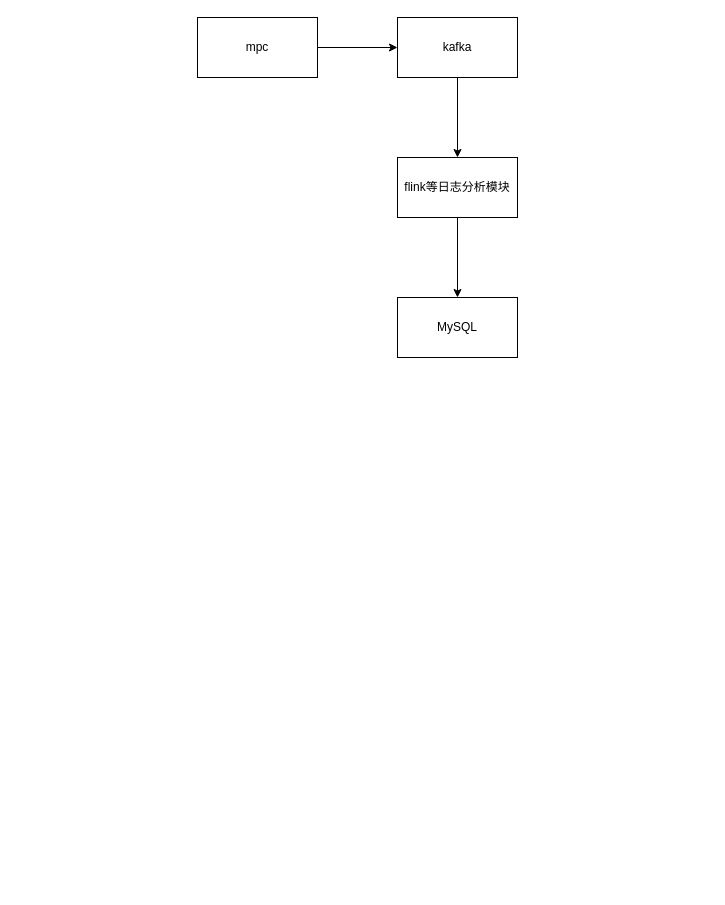
Before: 日志分析dess.drawio in utscgeorge/processitemtest, a draw.io diagram. Source tidied: cells renumbered, new cells numbered last; positions are measured from the earlier drawing's top-left corner, leaving out a move shared by most shapes. Both pictures are drawn from the tidied source at 100%, with x=0, y=0 at pixel (197, 17).
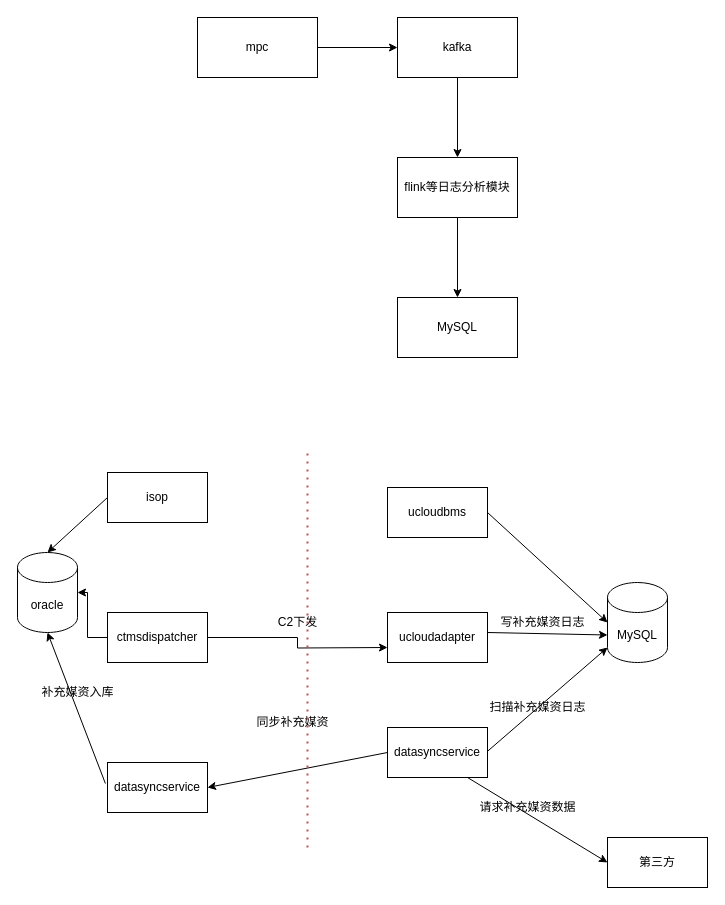
The same page after the edit.

Diff of the diagram source:
```diff
@@
+    <mxCell id="9" value="isop" style="whiteSpace=wrap;html=1;" parent="1" vertex="1">
+      <mxGeometry x="-90" y="455" width="100" height="50" as="geometry" />
+    </mxCell>
+    <mxCell id="10" value="ucloudadapter" style="whiteSpace=wrap;html=1;" parent="1" vertex="1">
+      <mxGeometry x="190" y="595" width="100" height="50" as="geometry" />
+    </mxCell>
+    <mxCell id="11" value="C2下发" style="text;html=1;align=center;verticalAlign=middle;strokeColor=none;" parent="1" vertex="1">
+      <mxGeometry x="75" y="595" width="50" height="20" as="geometry" />
+    </mxCell>
+    <mxCell id="12" value="ucloudbms" style="whiteSpace=wrap;html=1;" parent="1" vertex="1">
+      <mxGeometry x="190" y="470" width="100" height="50" as="geometry" />
+    </mxCell>
+    <mxCell id="13" value="oracle" style="shape=cylinder3;whiteSpace=wrap;html=1;boundedLbl=1;backgroundOutline=1;size=15;" parent="1" vertex="1">
+      <mxGeometry x="-180" y="535" width="60" height="80" as="geometry" />
+    </mxCell>
+    <mxCell id="14" style="edgeStyle=orthogonalEdgeStyle;rounded=0;jettySize=auto;html=1;" parent="1" edge="1" source="16" target="13">
+      <mxGeometry relative="1" as="geometry" />
+    </mxCell>
+    <mxCell id="15" style="edgeStyle=orthogonalEdgeStyle;rounded=0;jettySize=auto;html=1;" parent="1" edge="1" source="16">
+      <mxGeometry relative="1" as="geometry">
+        <mxPoint x="190" y="630" as="targetPoint" />
+      </mxGeometry>
+    </mxCell>
+    <mxCell id="16" value="ctmsdispatcher" style="whiteSpace=wrap;html=1;" parent="1" vertex="1">
+      <mxGeometry x="-90" y="595" width="100" height="50" as="geometry" />
+    </mxCell>
+    <mxCell id="17" style="endArrow=classic;html=1;exitX=0;exitY=0.5;exitDx=0;exitDy=0;entryX=0.5;entryY=0;entryDx=0;entryDy=0;entryPerimeter=0;" parent="1" edge="1" source="9" target="13">
+      <mxGeometry relative="1" as="geometry" />
+    </mxCell>
+    <mxCell id="18" value="MySQL" style="shape=cylinder3;whiteSpace=wrap;html=1;boundedLbl=1;backgroundOutline=1;size=15;" parent="1" vertex="1">
+      <mxGeometry x="410" y="565" width="60" height="80" as="geometry" />
+    </mxCell>
+    <mxCell id="19" style="endArrow=classic;html=1;entryX=0;entryY=0.5;entryDx=0;entryDy=0;entryPerimeter=0;" parent="1" edge="1" target="18">
+      <mxGeometry relative="1" as="geometry">
+        <mxPoint x="290" y="495" as="sourcePoint" />
+      </mxGeometry>
+    </mxCell>
+    <mxCell id="20" style="endArrow=classic;html=1;entryX=0;entryY=0;entryDx=0;entryDy=52.5;entryPerimeter=0;" parent="1" edge="1" target="18">
+      <mxGeometry relative="1" as="geometry">
+        <mxPoint x="290" y="615" as="sourcePoint" />
+      </mxGeometry>
+    </mxCell>
+    <mxCell id="21" value="datasyncservice" style="whiteSpace=wrap;html=1;" parent="1" vertex="1">
+      <mxGeometry x="190" y="710" width="100" height="50" as="geometry" />
+    </mxCell>
+    <mxCell id="22" style="endArrow=classic;html=1;entryX=0;entryY=1;entryDx=0;entryDy=-15;entryPerimeter=0;" parent="1" edge="1" target="18">
+      <mxGeometry relative="1" as="geometry">
+        <mxPoint x="290" y="733.8" as="sourcePoint" />
+      </mxGeometry>
+    </mxCell>
+    <mxCell id="23" value="第三方" style="whiteSpace=wrap;html=1;" parent="1" vertex="1">
+      <mxGeometry x="410" y="820" width="100" height="50" as="geometry" />
+    </mxCell>
+    <mxCell id="24" style="endArrow=classic;html=1;entryX=0;entryY=0.5;entryDx=0;entryDy=0;" parent="1" edge="1" target="23">
+      <mxGeometry relative="1" as="geometry">
+        <mxPoint x="270" y="760" as="sourcePoint" />
+      </mxGeometry>
+    </mxCell>
+    <mxCell id="25" value="请求补充媒资数据" style="text;html=1;align=center;verticalAlign=middle;strokeColor=none;" parent="1" vertex="1">
+      <mxGeometry x="275" y="780" width="110" height="20" as="geometry" />
+    </mxCell>
+    <mxCell id="26" value="写补充媒资日志" style="text;html=1;align=center;verticalAlign=middle;strokeColor=none;" parent="1" vertex="1">
+      <mxGeometry x="295" y="595" width="100" height="20" as="geometry" />
+    </mxCell>
+    <mxCell id="27" value="扫描补充媒资日志" style="text;html=1;align=center;verticalAlign=middle;strokeColor=none;" parent="1" vertex="1">
+      <mxGeometry x="285" y="680" width="110" height="20" as="geometry" />
+    </mxCell>
+    <mxCell id="28" value="datasyncservice" style="whiteSpace=wrap;html=1;" parent="1" vertex="1">
+      <mxGeometry x="-90" y="745" width="100" height="50" as="geometry" />
+    </mxCell>
+    <mxCell id="29" style="endArrow=classic;html=1;exitX=-0.021;exitY=0.42;exitDx=0;exitDy=0;exitPerimeter=0;entryX=0.5;entryY=1;entryDx=0;entryDy=0;entryPerimeter=0;" parent="1" edge="1" source="28" target="13">
+      <mxGeometry relative="1" as="geometry" />
+    </mxCell>
+    <mxCell id="30" value="补充媒资入库" style="text;html=1;align=center;verticalAlign=middle;strokeColor=none;" parent="1" vertex="1">
+      <mxGeometry x="-165" y="665" width="90" height="20" as="geometry" />
+    </mxCell>
+    <mxCell id="31" style="endArrow=classic;html=1;exitX=0;exitY=0.5;exitDx=0;exitDy=0;entryX=1;entryY=0.5;entryDx=0;entryDy=0;" parent="1" edge="1" source="21" target="28">
+      <mxGeometry relative="1" as="geometry" />
+    </mxCell>
+    <mxCell id="32" value="同步补充媒资" style="text;html=1;align=center;verticalAlign=middle;strokeColor=none;" parent="1" vertex="1">
+      <mxGeometry x="50" y="695" width="90" height="20" as="geometry" />
+    </mxCell>
+    <mxCell id="33" style="endArrow=none;dashed=1;html=1;dashPattern=1 3;strokeWidth=2;fillColor=#f8cecc;strokeColor=#b85450;" parent="1" edge="1">
+      <mxGeometry relative="1" as="geometry">
+        <mxPoint x="110" y="830" as="sourcePoint" />
+        <mxPoint x="110" y="430" as="targetPoint" />
+      </mxGeometry>
+    </mxCell>
```
